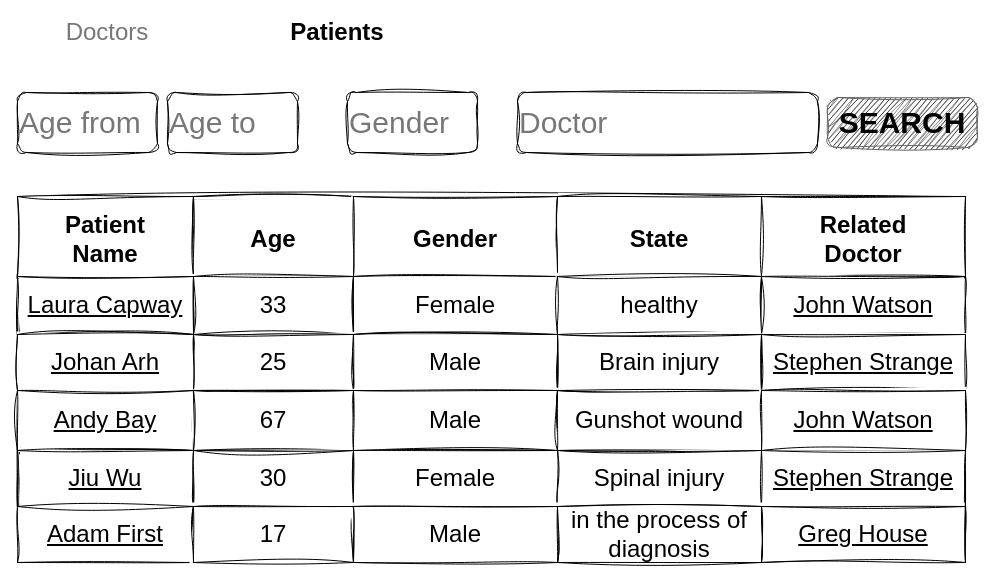
The draw.io diagram page "Patient list" (4 of 6) of documentation/micropeutist drawio.drawio in DmytroY/EPAM_Flask, before the edit. Source tidied: cells renumbered, new cells numbered last; positions are measured from the earlier drawing's top-left corner, leaving out a move shared by most shapes. Both pictures are drawn from the tidied source at 100%, with x=0, y=0 at pixel (17, 17).
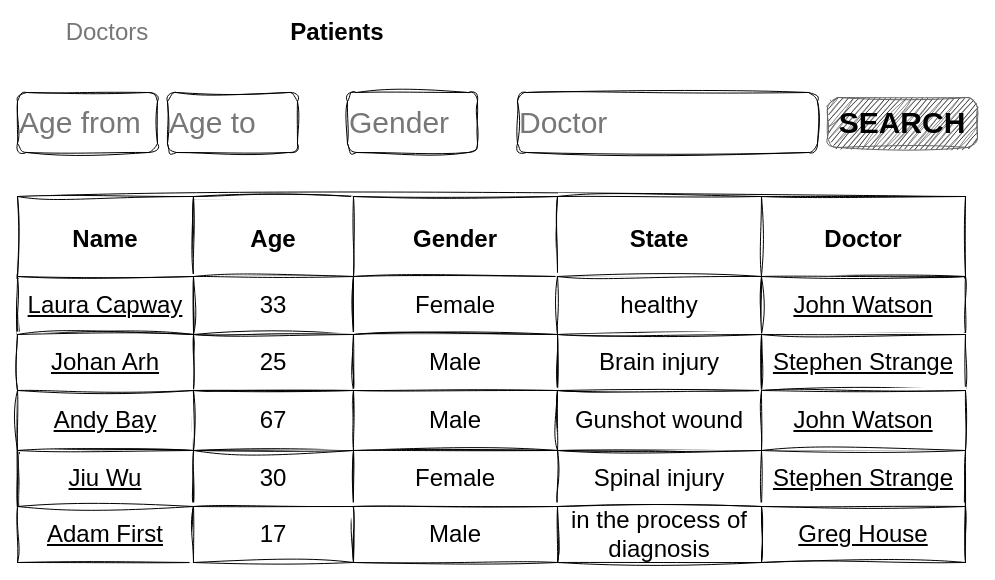
The same diagram, later.

Unchanged cells that the change refers to:
```xml
<mxCell id="5" style="shape=tableRow;horizontal=0;startSize=0;swimlaneHead=0;swimlaneBody=0;top=0;left=0;bottom=0;right=0;fontStyle=0;fontSize=24;labelBackgroundColor=none;rounded=0;fontFamily=Helvetica;swimlaneLine=0;shadow=0;sketch=1;curveFitting=1;jiggle=2;" parent="4" vertex="1">
  <mxGeometry width="948" height="80" as="geometry" />
</mxCell>
```

The edit, as a diff of the source:
```diff
@@
-    <mxCell id="6" value="Patient&#10;Name" style="align=center;fontStyle=1;fontSize=24;labelBackgroundColor=none;rounded=0;fontFamily=Helvetica;swimlaneLine=0;shadow=0;sketch=1;curveFitting=1;jiggle=2;" parent="5" vertex="1">
+    <mxCell id="6" value="Name" style="align=center;fontStyle=1;fontSize=24;labelBackgroundColor=none;rounded=0;fontFamily=Helvetica;swimlaneLine=0;shadow=0;sketch=1;curveFitting=1;jiggle=2;" parent="5" vertex="1">
       <mxGeometry width="176" height="80" as="geometry" />
     </mxCell>
@@
-    <mxCell id="10" value="Related&#10;Doctor" style="align=center;fontStyle=1;fontSize=24;labelBackgroundColor=none;rounded=0;fontFamily=Helvetica;swimlaneLine=0;shadow=0;sketch=1;curveFitting=1;jiggle=2;" parent="5" vertex="1">
+    <mxCell id="10" value="Doctor" style="align=center;fontStyle=1;fontSize=24;labelBackgroundColor=none;rounded=0;fontFamily=Helvetica;swimlaneLine=0;shadow=0;sketch=1;curveFitting=1;jiggle=2;" parent="5" vertex="1">
       <mxGeometry x="744" width="204" height="80" as="geometry" />
     </mxCell>
```
